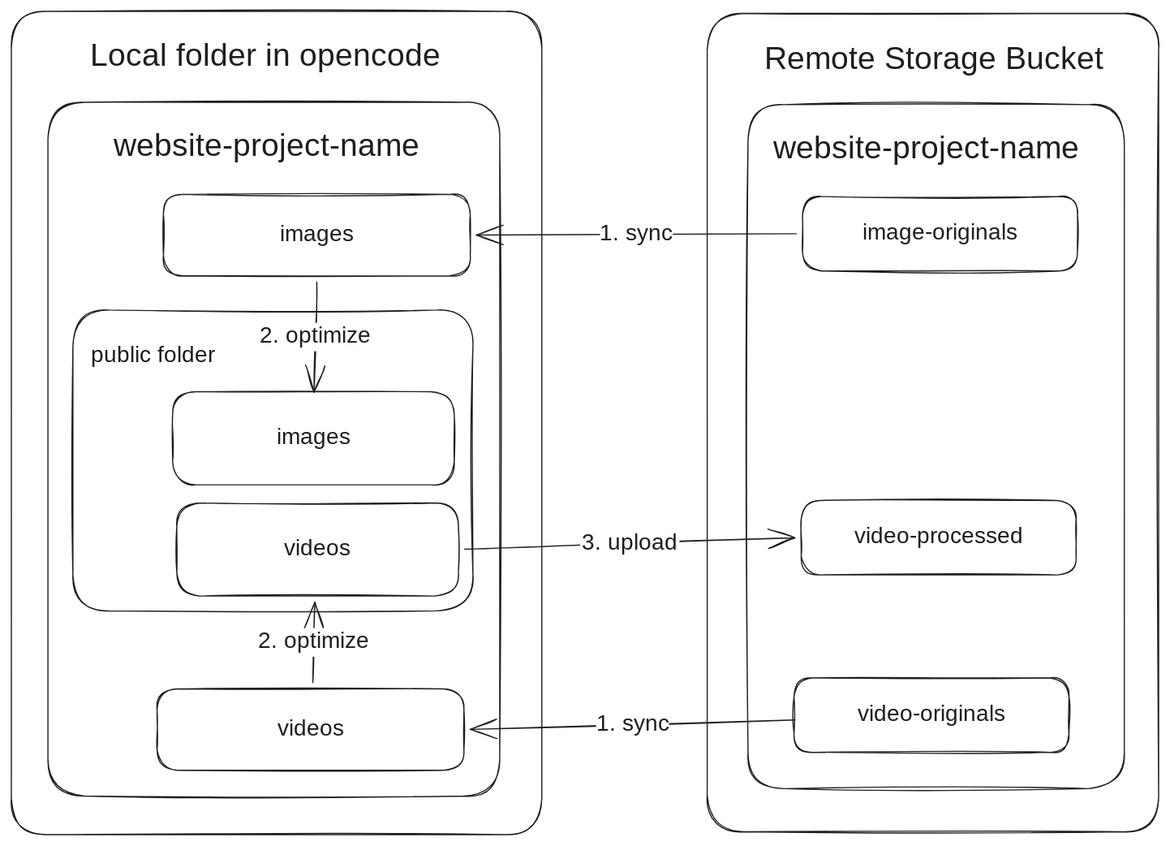
This is docs/arch/overview_v1.excalidraw.svg from david1gp/optimize-images-web, a Excalidraw export, as it was before one commit. Source tidied: one line per element, renumbered; positions are measured from the earlier drawing's top-left corner, leaving out a move shared by most shapes.
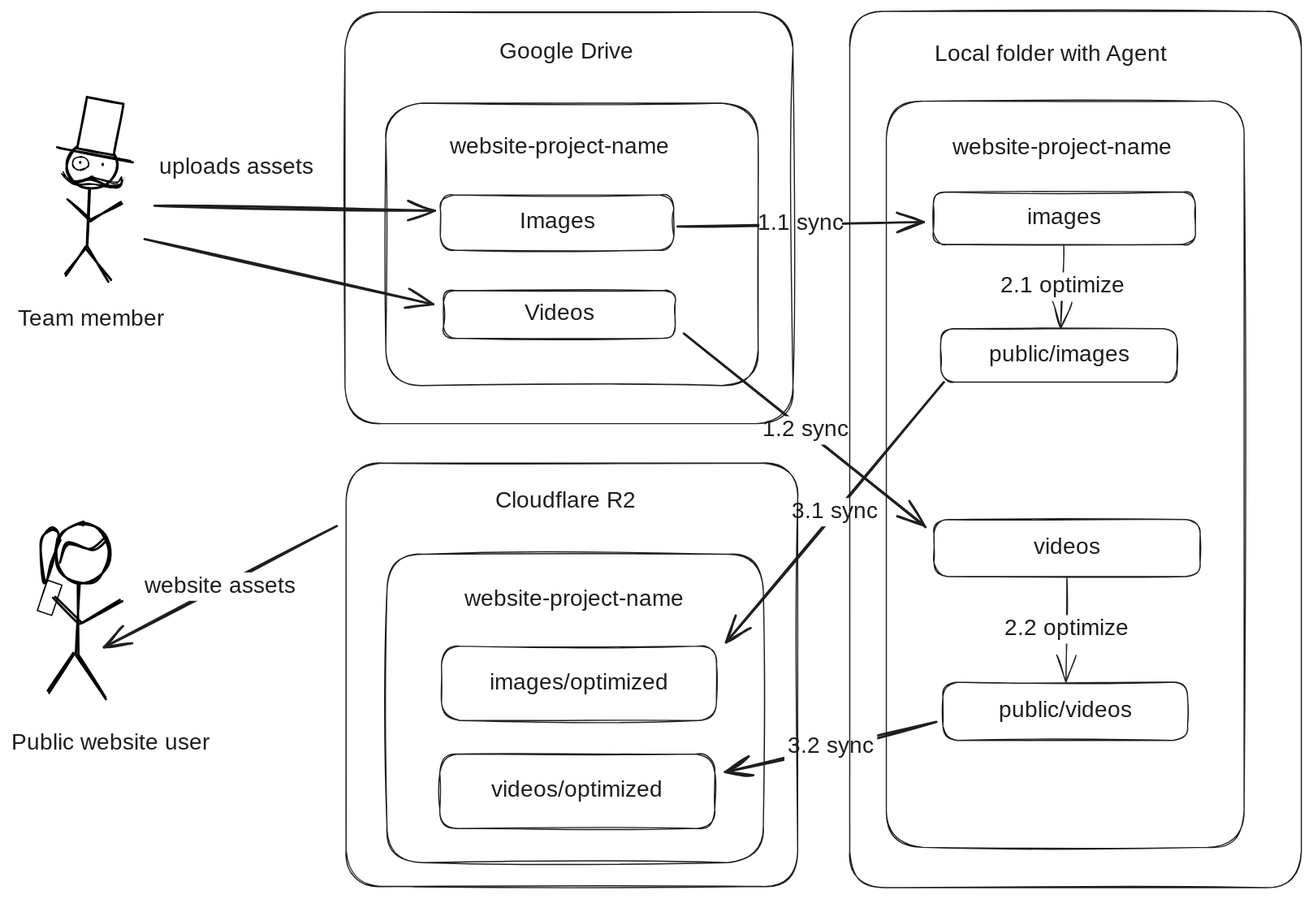
The same file after the commit.

Commit message:
feat(process): add process pipeline, syncing to/from remote with caching headers

The edit, as a diff of the source:
```diff
@@ -1,34 +1,68 @@
-{"id": 0, "type": "rectangle", "strokeColor": "#1e1e1e", "strokeWidth": 1, "roughness": 1, "round": true, "x": 648, "y": 82, "width": 331, "height": 602}
+{"id": 0, "type": "rectangle", "strokeColor": "#1e1e1e", "strokeWidth": 1, "roughness": 1, "round": true, "x": -469, "y": 477, "width": 331, "height": 271}
-{"id": 1, "type": "rectangle", "strokeColor": "#1e1e1e", "strokeWidth": 1, "roughness": 1, "round": true, "x": 0, "y": 0, "width": 467, "height": 724}
+{"id": 1, "type": "rectangle", "strokeColor": "#1e1e1e", "strokeWidth": 1, "roughness": 1, "round": true, "x": -62, "y": 0, "width": 397, "height": 771}
-{"id": 2, "type": "rectangle", "strokeColor": "#1e1e1e", "strokeWidth": 1, "roughness": 1, "round": true, "x": 134, "y": 161, "width": 270, "height": 72}
+{"id": 2, "type": "rectangle", "strokeColor": "#1e1e1e", "strokeWidth": 1, "roughness": 1, "round": true, "x": 12, "y": 159, "width": 231, "height": 46}
-{"id": 3, "type": "text", "text": "images", "strokeColor": "#1e1e1e", "strokeWidth": 1, "roughness": 1, "fontSize": 20, "fontFamily": 5, "textAlign": "center", "verticalAlign": "middle", "inside": 2, "x": 238, "y": 184, "width": 62, "height": 25}
+{"id": 3, "type": "text", "text": "images", "strokeColor": "#1e1e1e", "strokeWidth": 1, "roughness": 1, "fontSize": 20, "fontFamily": 5, "textAlign": "center", "verticalAlign": "middle", "inside": 2, "x": 96, "y": 169, "width": 62, "height": 25}
-{"id": 4, "type": "rectangle", "strokeColor": "#1e1e1e", "strokeWidth": 1, "roughness": 1, "round": true, "x": 142, "y": 335, "width": 248, "height": 82}
+{"id": 4, "type": "rectangle", "strokeColor": "#1e1e1e", "strokeWidth": 1, "roughness": 1, "round": true, "x": 18, "y": 279, "width": 208, "height": 47}
-{"id": 5, "type": "text", "text": "images", "strokeColor": "#1e1e1e", "strokeWidth": 1, "roughness": 1, "fontSize": 20, "fontFamily": 5, "textAlign": "center", "verticalAlign": "middle", "inside": 4, "x": 235, "y": 363, "width": 62, "height": 25}
+{"id": 5, "type": "text", "text": "public/images", "strokeColor": "#1e1e1e", "strokeWidth": 1, "roughness": 1, "fontSize": 20, "fontFamily": 5, "textAlign": "center", "verticalAlign": "middle", "inside": 4, "x": 59, "y": 290, "width": 126, "height": 25}
-{"id": 6, "type": "text", "text": "Local folder in opencode", "strokeColor": "#1e1e1e", "strokeWidth": 1, "roughness": 1, "fontSize": 28, "fontFamily": 5, "x": 70, "y": 23, "width": 329, "height": 35}
+{"id": 6, "type": "text", "text": "Local folder with Agent", "strokeColor": "#1e1e1e", "strokeWidth": 1, "roughness": 1, "fontSize": 20, "fontFamily": 5, "x": 13, "y": 26, "width": 229, "height": 25}
-{"id": 7, "type": "rectangle", "strokeColor": "#1e1e1e", "strokeWidth": 1, "roughness": 1, "round": true, "x": 612, "y": 2, "width": 397, "height": 720}
+{"id": 7, "type": "rectangle", "strokeColor": "#1e1e1e", "strokeWidth": 1, "roughness": 1, "round": true, "x": -505, "y": 397, "width": 397, "height": 372}
-{"id": 8, "type": "text", "text": "Remote Storage Bucket", "strokeColor": "#1e1e1e", "strokeWidth": 1, "roughness": 1, "fontSize": 28, "fontFamily": 5, "x": 663, "y": 26, "width": 327, "height": 35}
+{"id": 8, "type": "text", "text": "Cloudflare R2", "strokeColor": "#1e1e1e", "strokeWidth": 1, "roughness": 1, "fontSize": 20, "fontFamily": 5, "x": -374, "y": 419, "width": 133, "height": 25}
-{"id": 9, "type": "text", "text": "website-project-name", "strokeColor": "#1e1e1e", "strokeWidth": 1, "roughness": 1, "fontSize": 28, "fontFamily": 5, "x": 671, "y": 105, "width": 286, "height": 35}
+{"id": 9, "type": "text", "text": "website-project-name", "strokeColor": "#1e1e1e", "strokeWidth": 1, "roughness": 1, "fontSize": 20, "fontFamily": 5, "x": -401, "y": 505, "width": 204, "height": 25}
-{"id": 10, "type": "rectangle", "strokeColor": "#1e1e1e", "strokeWidth": 1, "roughness": 1, "round": true, "x": 696, "y": 163, "width": 242, "height": 65}
+{"id": 10, "type": "rectangle", "strokeColor": "#1e1e1e", "strokeWidth": 1, "roughness": 1, "round": true, "x": -421, "y": 558, "width": 242, "height": 65}
-{"id": 11, "type": "text", "text": "image-originals", "strokeColor": "#1e1e1e", "strokeWidth": 1, "roughness": 1, "fontSize": 20, "fontFamily": 5, "textAlign": "center", "verticalAlign": "middle", "inside": 10, "x": 748, "y": 183, "width": 139, "height": 25}
+{"id": 11, "type": "text", "text": "images/optimized", "strokeColor": "#1e1e1e", "strokeWidth": 1, "roughness": 1, "fontSize": 20, "fontFamily": 5, "textAlign": "center", "verticalAlign": "middle", "inside": 10, "x": -382, "y": 578, "width": 164, "height": 25}
-{"id": 12, "type": "rectangle", "strokeColor": "#1e1e1e", "strokeWidth": 1, "roughness": 1, "round": true, "x": 32, "y": 80, "width": 398, "height": 610}
+{"id": 12, "type": "rectangle", "strokeColor": "#1e1e1e", "strokeWidth": 1, "roughness": 1, "round": true, "x": -30, "y": 79, "width": 315, "height": 656}
-{"id": 13, "type": "text", "text": "website-project-name", "strokeColor": "#1e1e1e", "strokeWidth": 1, "roughness": 1, "fontSize": 28, "fontFamily": 5, "x": 90, "y": 102, "width": 286, "height": 35}
+{"id": 13, "type": "text", "text": "website-project-name", "strokeColor": "#1e1e1e", "strokeWidth": 1, "roughness": 1, "fontSize": 20, "fontFamily": 5, "x": 28, "y": 108, "width": 204, "height": 25}
-{"id": 14, "type": "rectangle", "strokeColor": "#1e1e1e", "strokeWidth": 1, "roughness": 1, "round": true, "x": 689, "y": 586, "width": 242, "height": 65}
+{"id": 14, "type": "rectangle", "strokeColor": "#1e1e1e", "strokeWidth": 1, "roughness": 1, "round": true, "x": -422, "y": 653, "width": 242, "height": 65}
-{"id": 15, "type": "text", "text": "video-originals", "strokeColor": "#1e1e1e", "strokeWidth": 1, "roughness": 1, "fontSize": 20, "fontFamily": 5, "textAlign": "center", "verticalAlign": "middle", "inside": 14, "x": 741, "y": 606, "width": 137, "height": 25}
+{"id": 15, "type": "text", "text": "videos/optimized", "strokeColor": "#1e1e1e", "strokeWidth": 1, "roughness": 1, "fontSize": 20, "fontFamily": 5, "textAlign": "center", "verticalAlign": "middle", "inside": 14, "x": -383, "y": 673, "width": 162, "height": 25}
-{"id": 16, "type": "rectangle", "strokeColor": "#1e1e1e", "strokeWidth": 1, "roughness": 1, "round": true, "x": 695, "y": 430, "width": 242, "height": 65}
-{"id": 17, "type": "text", "text": "video-processed", "strokeColor": "#1e1e1e", "strokeWidth": 1, "roughness": 1, "fontSize": 20, "fontFamily": 5, "textAlign": "center", "verticalAlign": "middle", "inside": 16, "x": 739, "y": 450, "width": 155, "height": 25}
-{"id": 18, "type": "rectangle", "strokeColor": "#1e1e1e", "strokeWidth": 1, "roughness": 1, "round": true, "x": 128, "y": 596, "width": 270, "height": 72}
+{"id": 18, "type": "rectangle", "strokeColor": "#1e1e1e", "strokeWidth": 1, "roughness": 1, "round": true, "x": 12, "y": 447, "width": 234, "height": 50}
-{"id": 19, "type": "text", "text": "videos", "strokeColor": "#1e1e1e", "strokeWidth": 1, "roughness": 1, "fontSize": 20, "fontFamily": 5, "textAlign": "center", "verticalAlign": "middle", "inside": 18, "x": 233, "y": 619, "width": 61, "height": 25}
+{"id": 19, "type": "text", "text": "videos", "strokeColor": "#1e1e1e", "strokeWidth": 1, "roughness": 1, "fontSize": 20, "fontFamily": 5, "textAlign": "center", "verticalAlign": "middle", "inside": 18, "x": 99, "y": 459, "width": 61, "height": 25}
-{"id": 20, "type": "rectangle", "strokeColor": "#1e1e1e", "strokeWidth": 1, "roughness": 1, "round": true, "x": 146, "y": 432, "width": 248, "height": 82}
+{"id": 20, "type": "rectangle", "strokeColor": "#1e1e1e", "strokeWidth": 1, "roughness": 1, "round": true, "x": 20, "y": 590, "width": 215, "height": 51}
-{"id": 21, "type": "text", "text": "videos", "strokeColor": "#1e1e1e", "strokeWidth": 1, "roughness": 1, "fontSize": 20, "fontFamily": 5, "textAlign": "center", "verticalAlign": "middle", "inside": 20, "x": 239, "y": 461, "width": 61, "height": 25}
+{"id": 21, "type": "text", "text": "public/videos", "strokeColor": "#1e1e1e", "strokeWidth": 1, "roughness": 1, "fontSize": 20, "fontFamily": 5, "textAlign": "center", "verticalAlign": "middle", "inside": 20, "x": 66, "y": 603, "width": 125, "height": 25}
-{"id": 22, "type": "arrow", "strokeColor": "#1e1e1e", "strokeWidth": 1, "roughness": 1, "endArrowhead": "arrow", "from": 18, "to": 20, "x": 265, "y": 590, "width": 2, "height": 71, "points": [[0, 0], [2, -71]]}
+{"id": 22, "type": "arrow", "strokeColor": "#1e1e1e", "strokeWidth": 1, "roughness": 1, "endArrowhead": "arrow", "from": 18, "to": 20, "x": 129, "y": 497, "width": 1, "height": 92, "points": [[0, 0], [-1, 92]]}
-{"id": 23, "type": "text", "text": "2. optimize", "strokeColor": "#1e1e1e", "strokeWidth": 1, "roughness": 1, "fontSize": 20, "fontFamily": 5, "textAlign": "center", "verticalAlign": "middle", "inside": 22, "x": 213, "y": 542, "width": 106, "height": 25}
+{"id": 23, "type": "text", "text": "2.2 optimize", "strokeColor": "#1e1e1e", "strokeWidth": 1, "roughness": 1, "fontSize": 20, "fontFamily": 5, "textAlign": "center", "verticalAlign": "middle", "inside": 22, "x": 273, "y": 241, "width": 120, "height": 25}
-{"id": 24, "type": "arrow", "strokeColor": "#1e1e1e", "strokeWidth": 1, "roughness": 1, "endArrowhead": "arrow", "from": 14, "to": 18, "x": 690, "y": 623, "width": 286, "height": 8, "points": [[0, 0], [-286, 8]]}
-{"id": 25, "type": "text", "text": "1. sync", "strokeColor": "#1e1e1e", "strokeWidth": 1, "roughness": 1, "fontSize": 20, "fontFamily": 5, "textAlign": "center", "verticalAlign": "middle", "inside": 24, "x": 515, "y": 615, "width": 64, "height": 25}
-{"id": 26, "type": "arrow", "strokeColor": "#1e1e1e", "strokeWidth": 1, "roughness": 1, "endArrowhead": "arrow", "from": 10, "to": 2, "x": 691, "y": 196, "width": 281, "height": 1, "points": [[0, 0], [-281, 1]]}
-{"id": 27, "type": "text", "text": "1. sync", "strokeColor": "#1e1e1e", "strokeWidth": 1, "roughness": 1, "fontSize": 20, "fontFamily": 5, "textAlign": "center", "verticalAlign": "middle", "inside": 26, "x": 518, "y": 184, "width": 64, "height": 25}
-{"id": 28, "type": "arrow", "strokeColor": "#1e1e1e", "strokeWidth": 1, "roughness": 1, "endArrowhead": "arrow", "from": 20, "to": 16, "x": 399, "y": 473, "width": 291, "height": 10, "points": [[0, 0], [291, -10]]}
-{"id": 29, "type": "text", "text": "3. upload", "strokeColor": "#1e1e1e", "strokeWidth": 1, "roughness": 1, "fontSize": 20, "fontFamily": 5, "textAlign": "center", "verticalAlign": "middle", "inside": 28, "x": 501, "y": 456, "width": 87, "height": 25}
-{"id": 30, "type": "rectangle", "strokeColor": "#1e1e1e", "strokeWidth": 1, "roughness": 1, "round": true, "x": 54, "y": 263, "width": 352, "height": 265}
-{"id": 31, "type": "text", "text": "public folder", "strokeColor": "#1e1e1e", "strokeWidth": 1, "roughness": 1, "fontSize": 20, "fontFamily": 5, "x": 70, "y": 291, "width": 118, "height": 25}
-{"id": 32, "type": "arrow", "strokeColor": "#1e1e1e", "strokeWidth": 1, "roughness": 1, "endArrowhead": "arrow", "from": 2, "to": 4, "x": 269, "y": 238, "width": 2, "height": 97, "points": [[0, 0], [-2, 97]]}
+{"id": 32, "type": "arrow", "strokeColor": "#1e1e1e", "strokeWidth": 1, "roughness": 1, "endArrowhead": "arrow", "from": 2, "to": 4, "x": 126, "y": 205, "width": 3, "height": 74, "points": [[0, 0], [-3, 74]]}
-{"id": 33, "type": "text", "text": "2. optimize", "strokeColor": "#1e1e1e", "strokeWidth": 1, "roughness": 1, "fontSize": 20, "fontFamily": 5, "textAlign": "center", "verticalAlign": "middle", "inside": 32, "x": 214, "y": 274, "width": 106, "height": 25}
+{"id": 33, "type": "text", "text": "2.1 optimize", "strokeColor": "#1e1e1e", "strokeWidth": 1, "roughness": 1, "fontSize": 20, "fontFamily": 5, "textAlign": "center", "verticalAlign": "middle", "inside": 32, "x": 272, "y": 169, "width": 115, "height": 25}
+{"id": 34, "type": "rectangle", "strokeColor": "#1e1e1e", "strokeWidth": 1, "roughness": 1, "round": true, "x": -470, "y": 81, "width": 328, "height": 248}
+{"id": 35, "type": "rectangle", "strokeColor": "#1e1e1e", "strokeWidth": 1, "roughness": 1, "round": true, "x": -506, "y": 0, "width": 394, "height": 362}
+{"id": 36, "type": "text", "text": "Google Drive", "strokeColor": "#1e1e1e", "strokeWidth": 1, "roughness": 1, "fontSize": 20, "fontFamily": 5, "x": -370, "y": 24, "width": 124, "height": 25}
+{"id": 37, "type": "text", "text": "website-project-name", "strokeColor": "#1e1e1e", "strokeWidth": 1, "roughness": 1, "fontSize": 20, "fontFamily": 5, "x": -414, "y": 107, "width": 204, "height": 25}
+{"id": 38, "type": "rectangle", "strokeColor": "#1e1e1e", "strokeWidth": 1, "roughness": 1, "round": true, "x": -422, "y": 161, "width": 205, "height": 49}
+{"id": 39, "type": "text", "text": "Images", "strokeColor": "#1e1e1e", "strokeWidth": 1, "roughness": 1, "fontSize": 20, "fontFamily": 5, "textAlign": "center", "verticalAlign": "middle", "inside": 38, "x": -353, "y": 173, "width": 68, "height": 25}
+{"id": 40, "type": "rectangle", "strokeColor": "#1e1e1e", "strokeWidth": 1, "roughness": 1, "round": true, "x": -419, "y": 245, "width": 204, "height": 42}
+{"id": 41, "type": "text", "text": "Videos", "strokeColor": "#1e1e1e", "strokeWidth": 1, "roughness": 1, "fontSize": 20, "fontFamily": 5, "textAlign": "center", "verticalAlign": "middle", "inside": 40, "x": -349, "y": 254, "width": 62, "height": 25}
+{"id": 42, "type": "arrow", "strokeColor": "#1e1e1e", "strokeWidth": 2, "roughness": 1, "endArrowhead": "arrow", "round": true, "from": 40, "to": 18, "x": -207, "y": 285, "width": 212, "height": 168, "points": [[0, 0], [212, 168]]}
+{"id": 43, "type": "text", "text": "1.2 sync", "strokeColor": "#1e1e1e", "strokeWidth": 2, "roughness": 1, "fontSize": 20, "fontFamily": 5, "textAlign": "center", "verticalAlign": "middle", "inside": 42, "x": -142, "y": 249, "width": 78, "height": 25}
+{"id": 44, "type": "arrow", "strokeColor": "#1e1e1e", "strokeWidth": 2, "roughness": 1, "endArrowhead": "arrow", "from": 38, "to": 2, "x": -213, "y": 189, "width": 217, "height": 4, "points": [[0, 0], [217, -4]]}
+{"id": 45, "type": "text", "text": "1.1 sync", "strokeColor": "#1e1e1e", "strokeWidth": 2, "roughness": 1, "fontSize": 20, "fontFamily": 5, "textAlign": "center", "verticalAlign": "middle", "inside": 44, "x": -145, "y": 176, "width": 73, "height": 25}
+{"id": 46, "type": "ellipse", "strokeColor": "#000000", "strokeWidth": 2, "roughness": 1, "x": -751, "y": 115, "width": 44, "height": 41}
+{"id": 47, "type": "line", "strokeColor": "#000000", "backgroundColor": "#ced4da", "fillStyle": "solid", "strokeWidth": 2, "roughness": 1, "round": true, "x": -730, "y": 156, "width": 2, "height": 49, "points": [[0, 0], [-2, 49]]}
+{"id": 48, "type": "line", "strokeColor": "#000000", "backgroundColor": "#ced4da", "fillStyle": "solid", "strokeWidth": 2, "roughness": 1, "round": true, "x": -733, "y": 207, "width": 20, "height": 30, "points": [[0, 0], [20, 30]]}
+{"id": 49, "type": "line", "strokeColor": "#000000", "backgroundColor": "#ced4da", "fillStyle": "solid", "strokeWidth": 2, "roughness": 1, "round": true, "x": -734, "y": 206, "width": 19, "height": 26, "points": [[0, 0], [-19, 26]]}
+{"id": 50, "type": "line", "strokeColor": "#000000", "backgroundColor": "#ced4da", "fillStyle": "solid", "strokeWidth": 2, "roughness": 1, "round": true, "x": -750, "y": 165, "width": 19, "height": 18, "points": [[0, 0], [19, 18]]}
+{"id": 51, "type": "line", "strokeColor": "#000000", "backgroundColor": "#ced4da", "fillStyle": "solid", "strokeWidth": 2, "roughness": 1, "round": true, "x": -729, "y": 184, "width": 27, "height": 15, "points": [[0, 0], [27, -15]]}
+{"id": 52, "type": "line", "strokeColor": "#000000", "strokeWidth": 2, "roughness": 1, "round": true, "x": -758, "y": 119, "width": 63, "height": 13, "points": [[0, 0], [63, 13]]}
+{"id": 53, "type": "rectangle", "strokeColor": "#000000", "angle": 0.19, "backgroundColor": "#fff", "fillStyle": "solid", "strokeWidth": 2, "roughness": 1, "x": -738, "y": 78, "width": 33, "height": 46}
+{"id": 54, "type": "line", "strokeColor": "#000000", "backgroundColor": "#000", "fillStyle": "solid", "strokeWidth": 1, "roughness": 1, "round": true, "x": -728, "y": 144, "width": 53, "height": 12, "points": [[0, 0], [16, 6], [22, 5], [27, 2], [24, 10], [16, 11], [0, 7], [-16, 9], [-26, -2], [-16, 4], [0, 0]]}
+{"id": 55, "type": "ellipse", "strokeColor": "#000000", "strokeWidth": 1, "roughness": 1, "x": -746, "y": 128, "width": 14, "height": 12}
+{"id": 56, "type": "ellipse", "strokeColor": "#000000", "strokeWidth": 1, "roughness": 1, "x": -739, "y": 132, "width": 1, "height": 1}
+{"id": 57, "type": "ellipse", "strokeColor": "#000000", "strokeWidth": 1, "roughness": 1, "x": -719, "y": 134, "width": 1, "height": 1}
+{"id": 58, "type": "text", "text": "Team member", "strokeColor": "#1e1e1e", "strokeWidth": 2, "roughness": 1, "fontSize": 20, "fontFamily": 5, "x": -794, "y": 259, "width": 126, "height": 25}
+{"id": 59, "type": "arrow", "strokeColor": "#1e1e1e", "strokeWidth": 2, "roughness": 1, "endArrowhead": "arrow", "to": 38, "x": -674, "y": 171, "width": 247, "height": 4, "points": [[0, 0], [247, 4]]}
+{"id": 60, "type": "arrow", "strokeColor": "#1e1e1e", "strokeWidth": 2, "roughness": 1, "endArrowhead": "arrow", "to": 40, "x": -682, "y": 200, "width": 254, "height": 57, "points": [[0, 0], [254, 57]]}
+{"id": 61, "type": "ellipse", "strokeColor": "#000000", "strokeWidth": 2, "roughness": 1, "x": -761, "y": 450, "width": 48, "height": 53}
+{"id": 62, "type": "line", "strokeColor": "#000000", "backgroundColor": "#ced4da", "fillStyle": "solid", "strokeWidth": 2, "roughness": 1, "round": true, "x": -739, "y": 503, "width": 3, "height": 62, "points": [[0, 0], [-3, 62]]}
+{"id": 63, "type": "line", "strokeColor": "#000000", "backgroundColor": "#ced4da", "fillStyle": "solid", "strokeWidth": 2, "roughness": 1, "round": true, "x": -742, "y": 566, "width": 24, "height": 38, "points": [[0, 0], [24, 38]]}
+{"id": 64, "type": "line", "strokeColor": "#000000", "backgroundColor": "#ced4da", "fillStyle": "solid", "strokeWidth": 2, "roughness": 1, "round": true, "x": -745, "y": 564, "width": 21, "height": 35, "points": [[0, 0], [-21, 35]]}
+{"id": 65, "type": "line", "strokeColor": "#000000", "backgroundColor": "#ced4da", "fillStyle": "solid", "strokeWidth": 2, "roughness": 1, "round": true, "x": -762, "y": 515, "width": 24, "height": 23, "points": [[0, 0], [24, 23]]}
+{"id": 66, "type": "line", "strokeColor": "#000000", "backgroundColor": "#ced4da", "fillStyle": "solid", "strokeWidth": 2, "roughness": 1, "round": true, "x": -737, "y": 537, "width": 34, "height": 19, "points": [[0, 0], [34, -19]]}
+{"id": 67, "type": "line", "strokeColor": "#000000", "strokeWidth": 2, "roughness": 1, "round": true, "x": -717, "y": 464, "width": 40, "height": 20, "points": [[0, 0], [-12, 9], [-33, 4], [-40, 20]]}
+{"id": 68, "type": "line", "strokeColor": "#000000", "strokeWidth": 2, "roughness": 1, "round": true, "x": -758, "y": 464, "width": 16, "height": 46, "points": [[0, 0], [-2, -7], [-8, -9], [-16, 4], [-12, 37], [-6, 21], [0, 0]]}
+{"id": 69, "type": "rectangle", "strokeColor": "#000000", "angle": 0.32, "strokeWidth": 1, "roughness": 1, "x": -773, "y": 502, "width": 14, "height": 28}
+{"id": 70, "type": "text", "text": "Public website user", "strokeColor": "#1e1e1e", "strokeWidth": 2, "roughness": 1, "fontSize": 20, "fontFamily": 5, "x": -799, "y": 631, "width": 186, "height": 25}
+{"id": 71, "type": "arrow", "strokeColor": "#1e1e1e", "strokeWidth": 2, "roughness": 1, "endArrowhead": "arrow", "from": 7, "x": -513, "y": 452, "width": 205, "height": 107, "points": [[0, 0], [-205, 107]]}
+{"id": 72, "type": "text", "text": "website assets", "strokeColor": "#1e1e1e", "strokeWidth": 2, "roughness": 1, "fontSize": 20, "fontFamily": 5, "textAlign": "center", "verticalAlign": "middle", "inside": 71, "x": 1215, "y": 163, "width": 147, "height": 25}
+{"id": 73, "type": "text", "text": "uploads assets", "strokeColor": "#1e1e1e", "strokeWidth": 2, "roughness": 1, "fontSize": 20, "fontFamily": 5, "x": -670, "y": 125, "width": 147, "height": 25}
+{"id": 74, "type": "arrow", "strokeColor": "#1e1e1e", "strokeWidth": 2, "roughness": 1, "endArrowhead": "arrow", "from": 20, "to": 14, "x": 14, "y": 625, "width": 186, "height": 44, "points": [[0, 0], [-186, 44]]}
+{"id": 75, "type": "text", "text": "3.2 sync", "strokeColor": "#1e1e1e", "strokeWidth": 2, "roughness": 1, "fontSize": 20, "fontFamily": 5, "textAlign": "center", "verticalAlign": "middle", "inside": 74, "x": -117, "y": 646, "width": 82, "height": 25}
+{"id": 76, "type": "arrow", "strokeColor": "#1e1e1e", "strokeWidth": 2, "roughness": 1, "endArrowhead": "arrow", "from": 4, "to": 10, "x": 21, "y": 326, "width": 192, "height": 229, "points": [[0, 0], [-192, 229]]}
+{"id": 77, "type": "text", "text": "3.1 sync", "strokeColor": "#1e1e1e", "strokeWidth": 2, "roughness": 1, "fontSize": 20, "fontFamily": 5, "textAlign": "center", "verticalAlign": "middle", "inside": 76, "x": -113, "y": 428, "width": 76, "height": 25}
```
